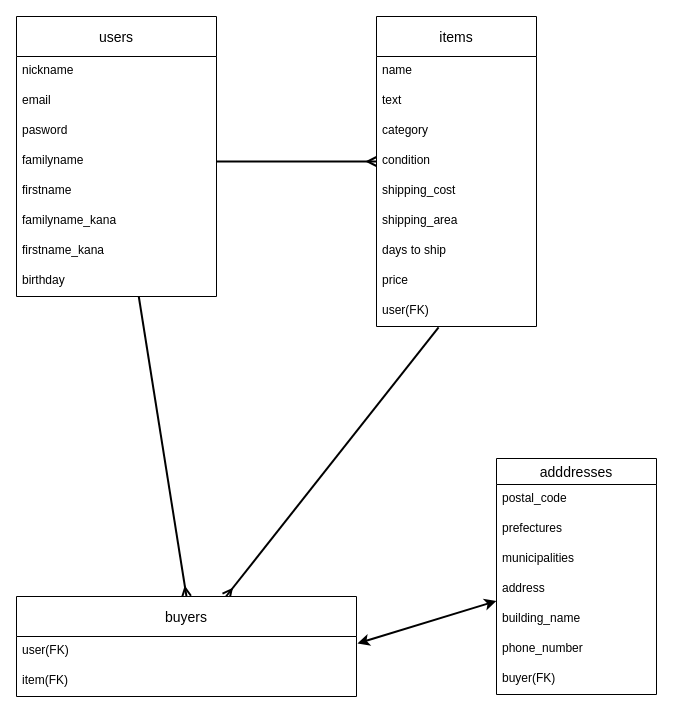
Earlier version of the draw.io diagram ER.dio (nothengineer/furima-33495). Source tidied: cells renumbered, new cells numbered last; positions are measured from the earlier drawing's top-left corner, leaving out a move shared by most shapes. Both pictures are drawn from the tidied source at 100%, with x=0, y=0 at pixel (16, 16).
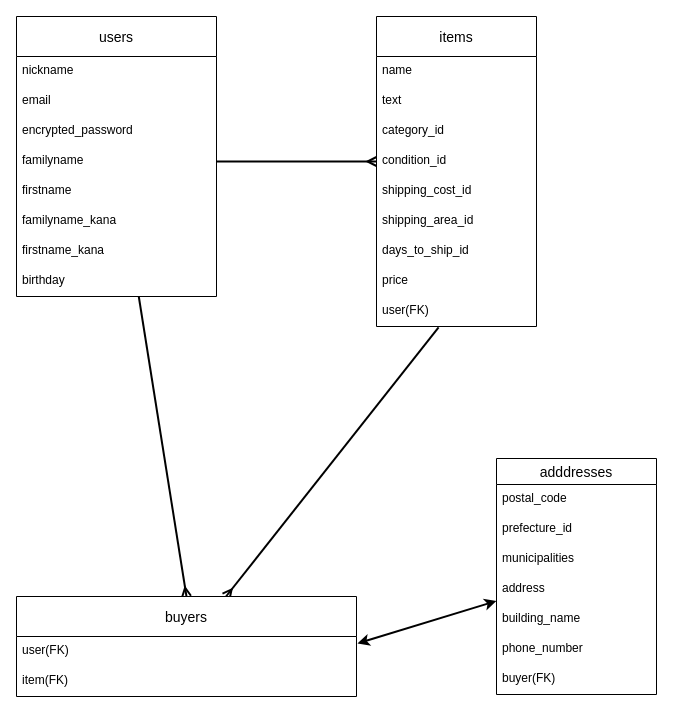
The same page after the edit.

Commit message (it also covers changes not shown here):
設計のレビュー後

Unchanged cells that the change refers to:
```xml
<mxCell id="3" value="users" style="swimlane;fontStyle=0;horizontal=1;startSize=40;align=center;fontSize=14;strokeWidth=1;verticalAlign=middle;" parent="1" vertex="1">
  <mxGeometry width="200" height="280" as="geometry" />
</mxCell>
<mxCell id="12" value="items" style="swimlane;fontStyle=0;horizontal=1;startSize=40;align=center;fontSize=14;strokeWidth=1;" parent="1" vertex="1">
  <mxGeometry x="360" width="160" height="310" as="geometry" />
</mxCell>
<mxCell id="27" value="adddresses" style="swimlane;fontStyle=0;horizontal=1;startSize=26;align=center;fontSize=14;strokeWidth=1;" parent="1" vertex="1">
  <mxGeometry x="480" y="442" width="160" height="236" as="geometry" />
</mxCell>
```

What changed in the source:
```diff
@@
-    <mxCell id="6" value="pasword" style="text;strokeColor=none;fillColor=none;spacingLeft=4;spacingRight=4;overflow=hidden;fontSize=12;" parent="3" vertex="1">
+    <mxCell id="6" value="encrypted_password" style="text;strokeColor=none;fillColor=none;spacingLeft=4;spacingRight=4;overflow=hidden;fontSize=12;" parent="3" vertex="1">
       <mxGeometry y="100" width="200" height="30" as="geometry" />
     </mxCell>
@@
-    <mxCell id="15" value="category" style="text;strokeColor=none;fillColor=none;spacingLeft=4;spacingRight=4;overflow=hidden;fontSize=12;" parent="12" vertex="1">
+    <mxCell id="15" value="category_id" style="text;strokeColor=none;fillColor=none;spacingLeft=4;spacingRight=4;overflow=hidden;fontSize=12;" parent="12" vertex="1">
       <mxGeometry y="100" width="160" height="30" as="geometry" />
     </mxCell>
-    <mxCell id="16" value="condition" style="text;strokeColor=none;fillColor=none;spacingLeft=4;spacingRight=4;overflow=hidden;points=[[0,0.5],[1,0.5]];portConstraint=eastwest;fontSize=12;" parent="12" vertex="1">
+    <mxCell id="16" value="condition_id" style="text;strokeColor=none;fillColor=none;spacingLeft=4;spacingRight=4;overflow=hidden;points=[[0,0.5],[1,0.5]];portConstraint=eastwest;fontSize=12;" parent="12" vertex="1">
       <mxGeometry y="130" width="160" height="30" as="geometry" />
     </mxCell>
-    <mxCell id="17" value="shipping_cost" style="text;strokeColor=none;fillColor=none;spacingLeft=4;spacingRight=4;overflow=hidden;fontSize=12;" parent="12" vertex="1">
+    <mxCell id="17" value="shipping_cost_id" style="text;strokeColor=none;fillColor=none;spacingLeft=4;spacingRight=4;overflow=hidden;fontSize=12;" parent="12" vertex="1">
       <mxGeometry y="160" width="160" height="30" as="geometry" />
     </mxCell>
-    <mxCell id="18" value="shipping_area " style="text;strokeColor=none;fillColor=none;spacingLeft=4;spacingRight=4;overflow=hidden;fontSize=12;" parent="12" vertex="1">
+    <mxCell id="18" value="shipping_area_id " style="text;strokeColor=none;fillColor=none;spacingLeft=4;spacingRight=4;overflow=hidden;fontSize=12;" parent="12" vertex="1">
       <mxGeometry y="190" width="160" height="30" as="geometry" />
     </mxCell>
-    <mxCell id="19" value="days to ship " style="text;strokeColor=none;fillColor=none;spacingLeft=4;spacingRight=4;overflow=hidden;fontSize=12;" parent="12" vertex="1">
+    <mxCell id="19" value="days_to_ship_id" style="text;strokeColor=none;fillColor=none;spacingLeft=4;spacingRight=4;overflow=hidden;fontSize=12;" parent="12" vertex="1">
       <mxGeometry y="220" width="160" height="30" as="geometry" />
     </mxCell>
@@
-    <mxCell id="29" value="prefectures" style="text;strokeColor=none;fillColor=none;spacingLeft=4;spacingRight=4;overflow=hidden;fontSize=12;" parent="27" vertex="1">
+    <mxCell id="29" value="prefecture_id" style="text;strokeColor=none;fillColor=none;spacingLeft=4;spacingRight=4;overflow=hidden;fontSize=12;" parent="27" vertex="1">
       <mxGeometry y="56" width="160" height="30" as="geometry" />
     </mxCell>
```
